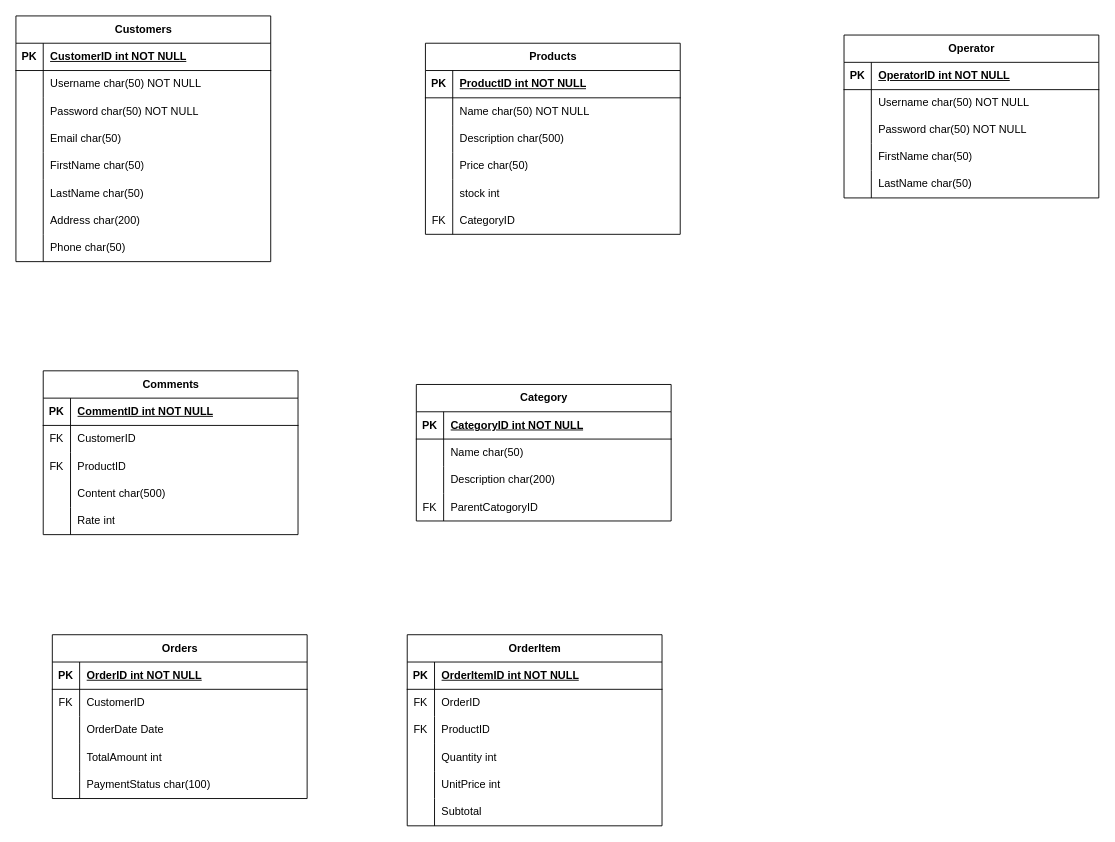
This is OnlineShop.drawio from zeinab-hajhosseini/OnlineShopERD, a draw.io file, before an edit. Source tidied: cells renumbered, new cells numbered last; positions are measured from the earlier drawing's top-left corner, leaving out a move shared by most shapes. Both pictures are drawn from the tidied source at 91%, with x=0, y=0 at pixel (15, 15).
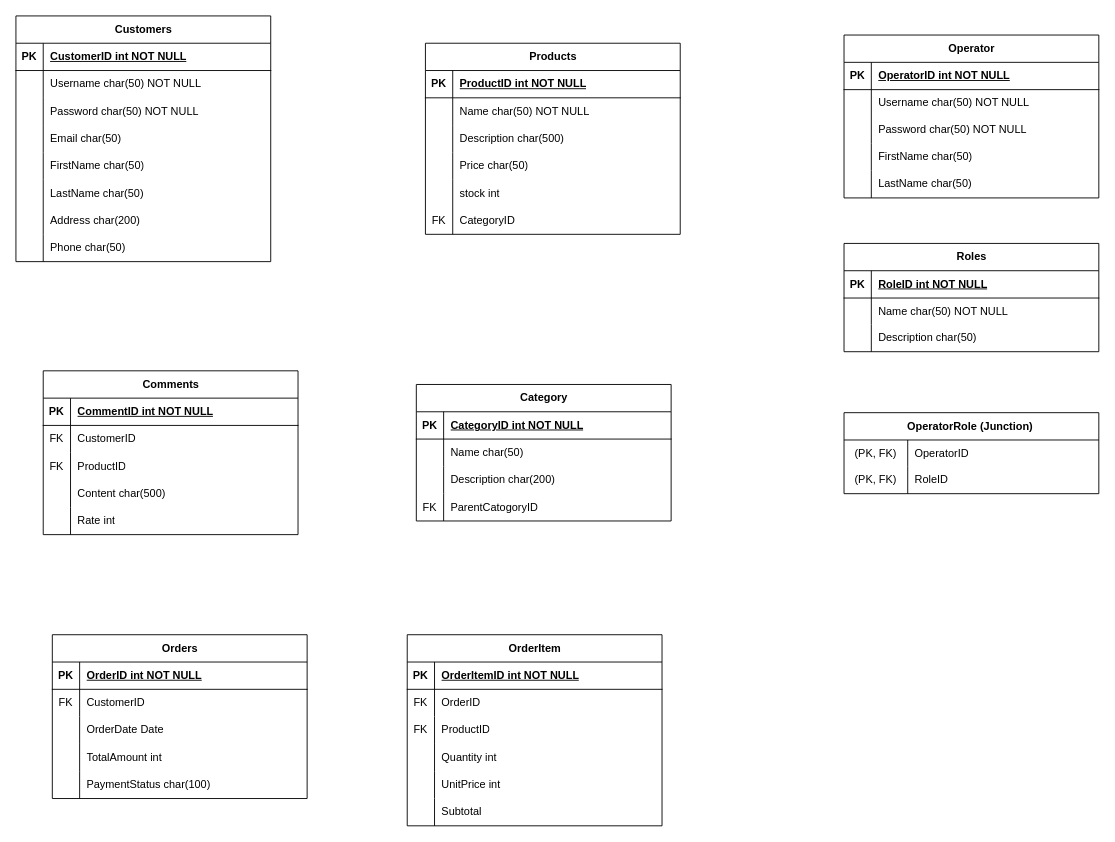
The same diagram, later.

Commit message:
Define Role and OperatorRole

Change to the diagram source:
```diff
@@
+    <mxCell id="126" value="Roles" style="shape=table;startSize=30;childLayout=tableLayout;rowLines=0;fontStyle=1;align=center;html=1;" parent="1" vertex="1">
+      <mxGeometry x="910" y="250" width="280" height="119" as="geometry" />
+    </mxCell>
+    <mxCell id="127" style="shape=tableRow;horizontal=0;startSize=0;swimlaneHead=0;swimlaneBody=0;fillColor=none;top=0;left=0;right=0;bottom=1;" parent="126" vertex="1">
+      <mxGeometry y="30" width="280" height="30" as="geometry" />
+    </mxCell>
+    <mxCell id="128" value="PK" style="shape=partialRectangle;fillColor=none;top=0;left=0;bottom=0;right=0;fontStyle=1;overflow=hidden;whiteSpace=wrap;html=1;" parent="127" vertex="1">
+      <mxGeometry width="30" height="30" as="geometry" />
+    </mxCell>
+    <mxCell id="129" value="RoleID int NOT NULL" style="shape=partialRectangle;fillColor=none;top=0;left=0;bottom=0;right=0;align=left;spacingLeft=6;fontStyle=5;overflow=hidden;whiteSpace=wrap;html=1;" parent="127" vertex="1">
+      <mxGeometry x="30" width="250" height="30" as="geometry" />
+    </mxCell>
+    <mxCell id="130" style="shape=tableRow;horizontal=0;startSize=0;swimlaneHead=0;swimlaneBody=0;fillColor=none;top=0;left=0;right=0;bottom=0;" parent="126" vertex="1">
+      <mxGeometry y="60" width="280" height="29" as="geometry" />
+    </mxCell>
+    <mxCell id="131" style="shape=partialRectangle;fillColor=none;top=0;left=0;bottom=0;right=0;overflow=hidden;whiteSpace=wrap;html=1;" parent="130" vertex="1">
+      <mxGeometry width="30" height="29" as="geometry" />
+    </mxCell>
+    <mxCell id="132" value="Name char(50) NOT NULL" style="shape=partialRectangle;fillColor=none;top=0;left=0;bottom=0;right=0;align=left;spacingLeft=6;overflow=hidden;whiteSpace=wrap;html=1;" parent="130" vertex="1">
+      <mxGeometry x="30" width="250" height="29" as="geometry" />
+    </mxCell>
+    <mxCell id="133" style="shape=tableRow;horizontal=0;startSize=0;swimlaneHead=0;swimlaneBody=0;fillColor=none;top=0;left=0;right=0;bottom=0;" parent="126" vertex="1">
+      <mxGeometry y="89" width="280" height="30" as="geometry" />
+    </mxCell>
+    <mxCell id="134" style="shape=partialRectangle;fillColor=none;top=0;left=0;bottom=0;right=0;overflow=hidden;whiteSpace=wrap;html=1;" parent="133" vertex="1">
+      <mxGeometry width="30" height="30" as="geometry" />
+    </mxCell>
+    <mxCell id="135" value="Description char(50)" style="shape=partialRectangle;fillColor=none;top=0;left=0;bottom=0;right=0;align=left;spacingLeft=6;overflow=hidden;whiteSpace=wrap;html=1;" parent="133" vertex="1">
+      <mxGeometry x="30" width="250" height="30" as="geometry" />
+    </mxCell>
+    <mxCell id="136" value="OperatorRole (Junction)&amp;nbsp;" style="shape=table;startSize=30;childLayout=tableLayout;rowLines=0;fontStyle=1;align=center;html=1;" parent="1" vertex="1">
+      <mxGeometry x="910" y="436" width="280" height="89" as="geometry" />
+    </mxCell>
+    <mxCell id="137" style="shape=tableRow;horizontal=0;startSize=0;swimlaneHead=0;swimlaneBody=0;fillColor=none;top=0;left=0;right=0;bottom=0;" parent="136" vertex="1">
+      <mxGeometry y="30" width="280" height="29" as="geometry" />
+    </mxCell>
+    <mxCell id="138" value="(PK, FK)" style="shape=partialRectangle;fillColor=none;top=0;left=0;bottom=0;right=0;overflow=hidden;whiteSpace=wrap;html=1;" parent="137" vertex="1">
+      <mxGeometry width="70" height="29" as="geometry" />
+    </mxCell>
+    <mxCell id="139" value="OperatorID" style="shape=partialRectangle;fillColor=none;top=0;left=0;bottom=0;right=0;align=left;spacingLeft=6;overflow=hidden;whiteSpace=wrap;html=1;" parent="137" vertex="1">
+      <mxGeometry x="70" width="210" height="29" as="geometry" />
+    </mxCell>
+    <mxCell id="140" style="shape=tableRow;horizontal=0;startSize=0;swimlaneHead=0;swimlaneBody=0;fillColor=none;top=0;left=0;right=0;bottom=0;" parent="136" vertex="1">
+      <mxGeometry y="59" width="280" height="30" as="geometry" />
+    </mxCell>
+    <mxCell id="141" value="(PK, FK)" style="shape=partialRectangle;fillColor=none;top=0;left=0;bottom=0;right=0;overflow=hidden;whiteSpace=wrap;html=1;" parent="140" vertex="1">
+      <mxGeometry width="70" height="30" as="geometry" />
+    </mxCell>
+    <mxCell id="142" value="RoleID" style="shape=partialRectangle;fillColor=none;top=0;left=0;bottom=0;right=0;align=left;spacingLeft=6;overflow=hidden;whiteSpace=wrap;html=1;" parent="140" vertex="1">
+      <mxGeometry x="70" width="210" height="30" as="geometry" />
+    </mxCell>
```
